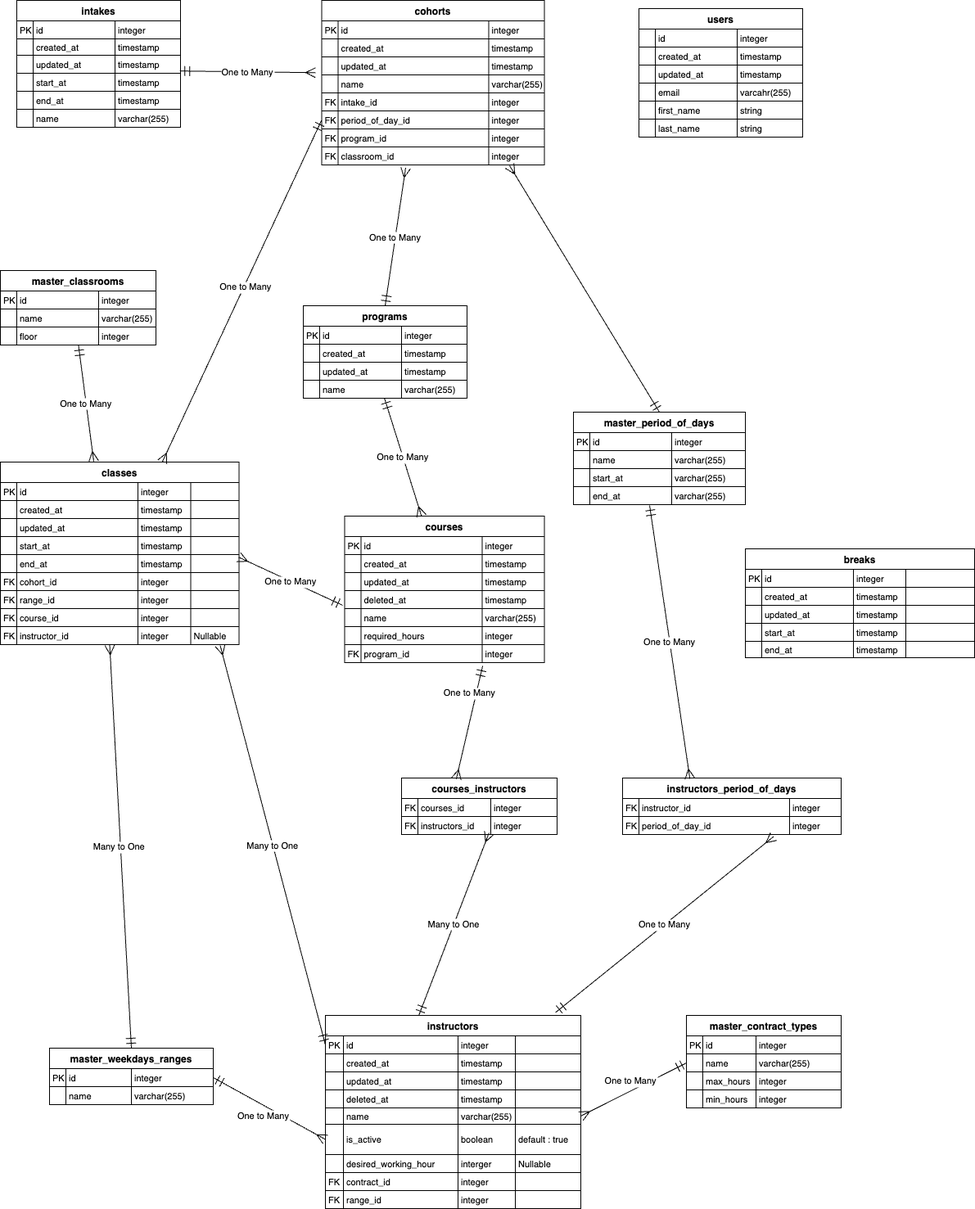
This is docs/backend/database/ERD.png from kanta1207/program-schedular-app, a draw.io export, as it was before one commit. Source tidied: cells renumbered, new cells last; positions are measured from the earlier drawing's top-left corner, leaving out a move shared by most shapes.
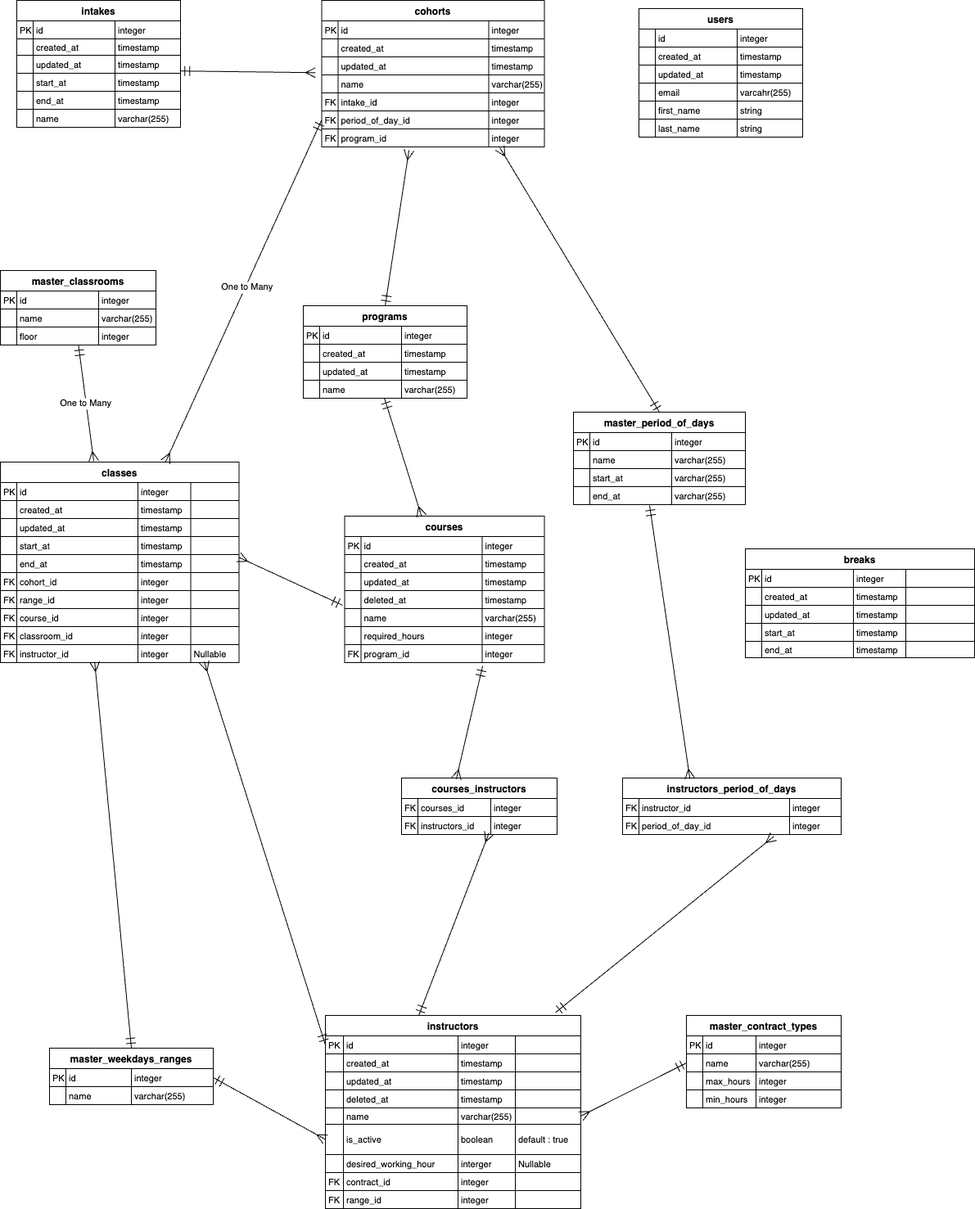
After the commit.

The edit, as a diff of the source:
```diff
@@ -78,7 +78,7 @@
       <mxGeometry x="120" width="80" height="22" as="geometry" />
     </mxCell>
     <mxCell id="27" value="cohorts" style="shape=table;startSize=25;rowLines=1;fontStyle=1;align=center;" parent="1" vertex="1">
-      <mxGeometry x="392.5" width="272" height="201" as="geometry" />
+      <mxGeometry x="392.5" width="272" height="179" as="geometry" />
     </mxCell>
     <mxCell id="28" style="shape=tableRow;horizontal=0;startSize=0;swimlaneHead=0;swimlaneBody=0;fillColor=none;top=0;left=0;right=0;bottom=0;" parent="27" vertex="1">
       <mxGeometry y="25" width="272" height="22" as="geometry" />
@@ -164,18 +164,6 @@
     <mxCell id="55" value="integer" style="shape=partialRectangle;fillColor=none;top=0;left=0;bottom=0;right=0;align=left;spacingLeft=2;overflow=hidden;fontSize=11;" parent="52" vertex="1">
       <mxGeometry x="204" width="68" height="22" as="geometry" />
     </mxCell>
-    <mxCell id="56" style="shape=tableRow;horizontal=0;startSize=0;swimlaneHead=0;swimlaneBody=0;fillColor=none;points=[[0,0.5],[1,0.5]];portConstraint=eastwest;top=0;left=0;right=0;bottom=0;" parent="27" vertex="1">
-      <mxGeometry y="179" width="272" height="22" as="geometry" />
-    </mxCell>
-    <mxCell id="57" value="FK" style="shape=partialRectangle;fillColor=none;top=0;left=0;bottom=0;right=0;align=left;spacingLeft=2;overflow=hidden;fontSize=11;" parent="56" vertex="1">
-      <mxGeometry width="20" height="22" as="geometry" />
-    </mxCell>
-    <mxCell id="58" value="classroom_id" style="shape=partialRectangle;fillColor=none;top=0;left=0;bottom=0;right=0;align=left;spacingLeft=2;overflow=hidden;fontSize=11;" parent="56" vertex="1">
-      <mxGeometry x="20" width="184" height="22" as="geometry" />
-    </mxCell>
-    <mxCell id="59" value="integer" style="shape=partialRectangle;fillColor=none;top=0;left=0;bottom=0;right=0;align=left;spacingLeft=2;overflow=hidden;fontSize=11;" parent="56" vertex="1">
-      <mxGeometry x="204" width="68" height="22" as="geometry" />
-    </mxCell>
     <mxCell id="60" value="programs" style="shape=table;startSize=25;rowLines=1;fontStyle=1;align=center;" parent="1" vertex="1">
       <mxGeometry x="370" y="373" width="200" height="113" as="geometry" />
     </mxCell>
@@ -228,7 +216,7 @@
       <mxGeometry x="120" width="80" height="22" as="geometry" />
     </mxCell>
     <mxCell id="77" value="classes" style="shape=table;startSize=25;rowLines=1;fontStyle=1;align=center;" parent="1" vertex="1">
-      <mxGeometry y="564" width="291.5" height="223" as="geometry" />
+      <mxGeometry y="564" width="291.5" height="245" as="geometry" />
     </mxCell>
     <mxCell id="78" style="shape=tableRow;horizontal=0;startSize=0;swimlaneHead=0;swimlaneBody=0;fillColor=none;top=0;left=0;right=0;bottom=0;" parent="77" vertex="1">
       <mxGeometry y="25" width="291.5" height="22" as="geometry" />
@@ -350,8 +338,23 @@
     <mxCell id="117" style="shape=partialRectangle;fillColor=none;top=0;left=0;bottom=0;right=0;align=left;spacingLeft=2;overflow=hidden;fontSize=11;" parent="113" vertex="1">
       <mxGeometry x="232.5" width="59" height="22" as="geometry" />
     </mxCell>
+    <mxCell id="338" style="shape=tableRow;horizontal=0;startSize=0;swimlaneHead=0;swimlaneBody=0;fillColor=none;top=0;left=0;right=0;bottom=0;" parent="77" vertex="1">
+      <mxGeometry y="201" width="291.5" height="22" as="geometry" />
+    </mxCell>
+    <mxCell id="57" value="FK" style="shape=partialRectangle;fillColor=none;top=0;left=0;bottom=0;right=0;align=left;spacingLeft=2;overflow=hidden;fontSize=11;" parent="338" vertex="1">
+      <mxGeometry width="20" height="22" as="geometry" />
+    </mxCell>
+    <mxCell id="58" value="classroom_id" style="shape=partialRectangle;fillColor=none;top=0;left=0;bottom=0;right=0;align=left;spacingLeft=2;overflow=hidden;fontSize=11;" parent="338" vertex="1">
+      <mxGeometry x="20" width="148" height="22" as="geometry" />
+    </mxCell>
+    <mxCell id="59" value="integer" style="shape=partialRectangle;fillColor=none;top=0;left=0;bottom=0;right=0;align=left;spacingLeft=2;overflow=hidden;fontSize=11;" parent="338" vertex="1">
+      <mxGeometry x="168" width="64.5" height="22" as="geometry" />
+    </mxCell>
+    <mxCell id="339" style="shape=partialRectangle;fillColor=none;top=0;left=0;bottom=0;right=0;align=left;spacingLeft=2;overflow=hidden;fontSize=11;" parent="338" vertex="1">
+      <mxGeometry x="232.5" width="59" height="22" as="geometry" />
+    </mxCell>
     <mxCell id="118" style="shape=tableRow;horizontal=0;startSize=0;swimlaneHead=0;swimlaneBody=0;fillColor=none;points=[[0,0.5],[1,0.5]];portConstraint=eastwest;top=0;left=0;right=0;bottom=0;" parent="77" vertex="1">
-      <mxGeometry y="201" width="291.5" height="22" as="geometry" />
+      <mxGeometry y="223" width="291.5" height="22" as="geometry" />
     </mxCell>
     <mxCell id="119" value="FK" style="shape=partialRectangle;fillColor=none;top=0;left=0;bottom=0;right=0;align=left;spacingLeft=2;overflow=hidden;fontSize=11;" parent="118" vertex="1">
       <mxGeometry width="20" height="22" as="geometry" />
@@ -887,49 +890,49 @@
     <mxCell id="296" value="string" style="shape=partialRectangle;fillColor=none;top=0;left=0;bottom=0;right=0;align=left;spacingLeft=2;overflow=hidden;fontSize=11;" parent="293" vertex="1">
       <mxGeometry x="120" width="80" height="22" as="geometry" />
     </mxCell>
-    <mxCell id="297" value="One to Many" style="startArrow=ERmandOne;startSize=10;endArrow=ERmany;endSize=10;rounded=0;entryX=-0.028;entryY=-0.125;entryDx=0;entryDy=0;exitX=0.996;exitY=-0.125;exitDx=0;exitDy=0;exitPerimeter=0;entryPerimeter=0;" parent="1" edge="1" source="15" target="40">
+    <mxCell id="297" style="startArrow=ERmandOne;startSize=10;endArrow=ERmany;endSize=10;rounded=0;entryX=-0.028;entryY=-0.125;entryDx=0;entryDy=0;exitX=0.996;exitY=-0.125;exitDx=0;exitDy=0;exitPerimeter=0;entryPerimeter=0;" parent="1" edge="1" source="15" target="40">
       <mxGeometry relative="1" as="geometry" />
     </mxCell>
-    <mxCell id="298" value="One to Many" style="startArrow=ERmandOne;startSize=10;endArrow=ERmany;endSize=10;exitX=0.5;exitY=0;rounded=0;exitDx=0;exitDy=0;entryX=0.377;entryY=1.159;entryDx=0;entryDy=0;entryPerimeter=0;" parent="1" edge="1" source="60" target="56">
+    <mxCell id="298" style="startArrow=ERmandOne;startSize=10;endArrow=ERmany;endSize=10;exitX=0.5;exitY=0;rounded=0;exitDx=0;exitDy=0;entryX=0.392;entryY=1.182;entryDx=0;entryDy=0;entryPerimeter=0;" parent="1" edge="1" source="60" target="52">
       <mxGeometry relative="1" as="geometry" />
     </mxCell>
     <mxCell id="299" value="One to Many" style="startArrow=ERmandOne;startSize=10;endArrow=ERmany;endSize=10;rounded=0;exitX=0;exitY=0.5;exitDx=0;exitDy=0;" parent="1" edge="1" source="48" target="77">
       <mxGeometry x="-0.03" y="2" relative="1" as="geometry" />
     </mxCell>
-    <mxCell id="300" value="One to Many" style="curved=1;startArrow=ERmandOne;startSize=10;endArrow=ERmany;endSize=10;exitX=0.49578450520833334;exitY=1;rounded=0;" parent="1" edge="1" source="60" target="123">
-      <mxGeometry relative="1" as="geometry" />
+    <mxCell id="300" style="curved=1;startArrow=ERmandOne;startSize=10;endArrow=ERmany;endSize=10;exitX=0.49578450520833334;exitY=1;rounded=0;" parent="1" edge="1" source="60" target="123">
+      <mxGeometry x="-0.06" y="-22" relative="1" as="geometry" />
     </mxCell>
-    <mxCell id="301" value="Many to One" style="startArrow=ERmany;startSize=10;endArrow=ERmandOne;endSize=10;exitX=0.921;exitY=1.045;entryX=0;entryY=0.5;rounded=0;entryDx=0;entryDy=0;exitDx=0;exitDy=0;exitPerimeter=0;" parent="1" edge="1" source="118" target="166">
+    <mxCell id="301" style="startArrow=ERmany;startSize=10;endArrow=ERmandOne;endSize=10;entryX=0;entryY=0.5;rounded=0;entryDx=0;entryDy=0;exitX=0.854;exitY=0.955;exitDx=0;exitDy=0;exitPerimeter=0;" parent="1" edge="1" source="118" target="166">
       <mxGeometry relative="1" as="geometry" />
     </mxCell>
-    <mxCell id="302" value="One to Many" style="startArrow=ERmandOne;startSize=10;endArrow=ERmany;endSize=10;exitX=-0.011;exitY=-0.189;entryX=0.998;entryY=0.146;rounded=0;exitDx=0;exitDy=0;exitPerimeter=0;entryDx=0;entryDy=0;entryPerimeter=0;" parent="1" edge="1" source="140" target="98">
+    <mxCell id="302" style="startArrow=ERmandOne;startSize=10;endArrow=ERmany;endSize=10;exitX=-0.011;exitY=-0.189;entryX=0.998;entryY=0.146;rounded=0;exitDx=0;exitDy=0;exitPerimeter=0;entryDx=0;entryDy=0;entryPerimeter=0;" parent="1" edge="1" source="140" target="98">
       <mxGeometry relative="1" as="geometry" />
     </mxCell>
-    <mxCell id="303" value="One to Many" style="startArrow=ERmandOne;startSize=10;endArrow=ERmany;endSize=10;entryX=0.352;entryY=0.018;rounded=0;entryDx=0;entryDy=0;entryPerimeter=0;exitX=0.691;exitY=1.182;exitDx=0;exitDy=0;exitPerimeter=0;" parent="1" edge="1" source="148" target="211">
+    <mxCell id="303" style="startArrow=ERmandOne;startSize=10;endArrow=ERmany;endSize=10;entryX=0.352;entryY=0.018;rounded=0;entryDx=0;entryDy=0;entryPerimeter=0;exitX=0.691;exitY=1.182;exitDx=0;exitDy=0;exitPerimeter=0;" parent="1" edge="1" source="148" target="211">
       <mxGeometry x="-0.51" y="-8" relative="1" as="geometry" />
     </mxCell>
-    <mxCell id="304" style="startArrow=ERmandOne;startSize=10;endArrow=ERmany;endSize=10;exitX=0.5;exitY=0;entryX=0.844;entryY=1.045;rounded=0;entryDx=0;entryDy=0;entryPerimeter=0;exitDx=0;exitDy=0;" parent="1" edge="1" source="220" target="56">
+    <mxCell id="304" style="startArrow=ERmandOne;startSize=10;endArrow=ERmany;endSize=10;exitX=0.5;exitY=0;rounded=0;exitDx=0;exitDy=0;entryX=0.8;entryY=1.045;entryDx=0;entryDy=0;entryPerimeter=0;" parent="1" edge="1" source="220" target="52">
       <mxGeometry x="0.43" y="-6" relative="1" as="geometry" />
     </mxCell>
-    <mxCell id="305" value="One to Many" style="startArrow=ERmandOne;startSize=10;endArrow=ERmany;endSize=10;entryX=0.308;entryY=0.013;rounded=0;entryDx=0;entryDy=0;entryPerimeter=0;exitX=0.443;exitY=1.045;exitDx=0;exitDy=0;exitPerimeter=0;" parent="1" edge="1" source="233" target="237">
+    <mxCell id="305" style="startArrow=ERmandOne;startSize=10;endArrow=ERmany;endSize=10;entryX=0.308;entryY=0.013;rounded=0;entryDx=0;entryDy=0;entryPerimeter=0;exitX=0.443;exitY=1.045;exitDx=0;exitDy=0;exitPerimeter=0;" parent="1" edge="1" source="233" target="237">
       <mxGeometry relative="1" as="geometry" />
     </mxCell>
-    <mxCell id="306" value="One to Many" style="startArrow=ERmandOne;startSize=10;endArrow=ERmany;endSize=10;exitX=0.901;exitY=-0.015;rounded=0;exitDx=0;exitDy=0;entryX=0.691;entryY=1.114;entryDx=0;entryDy=0;entryPerimeter=0;exitPerimeter=0;" parent="1" edge="1" source="165" target="242">
+    <mxCell id="306" style="startArrow=ERmandOne;startSize=10;endArrow=ERmany;endSize=10;exitX=0.901;exitY=-0.015;rounded=0;exitDx=0;exitDy=0;entryX=0.691;entryY=1.114;entryDx=0;entryDy=0;entryPerimeter=0;exitPerimeter=0;" parent="1" edge="1" source="165" target="242">
       <mxGeometry relative="1" as="geometry" />
     </mxCell>
-    <mxCell id="307" value="Many to One" style="startArrow=ERmandOne;startSize=10;endArrow=ERmany;endSize=10;entryX=0.563;entryY=0.898;rounded=0;entryDx=0;entryDy=0;entryPerimeter=0;exitX=0.365;exitY=0.002;exitDx=0;exitDy=0;exitPerimeter=0;" parent="1" edge="1" source="165" target="216">
+    <mxCell id="307" style="startArrow=ERmandOne;startSize=10;endArrow=ERmany;endSize=10;entryX=0.563;entryY=0.898;rounded=0;entryDx=0;entryDy=0;entryPerimeter=0;exitX=0.365;exitY=0.002;exitDx=0;exitDy=0;exitPerimeter=0;" parent="1" edge="1" source="165" target="216">
       <mxGeometry relative="1" as="geometry" />
     </mxCell>
-    <mxCell id="308" value="One to Many" style="startArrow=ERmandOne;startSize=10;endArrow=ERmany;endSize=10;exitX=0;exitY=0.5;entryX=1;entryY=0.5;rounded=0;exitDx=0;exitDy=0;entryDx=0;entryDy=0;" parent="1" edge="1" source="251" target="186">
+    <mxCell id="308" style="startArrow=ERmandOne;startSize=10;endArrow=ERmany;endSize=10;exitX=0;exitY=0.5;entryX=1;entryY=0.5;rounded=0;exitDx=0;exitDy=0;entryDx=0;entryDy=0;" parent="1" edge="1" source="251" target="186">
       <mxGeometry x="-0.03" y="-11" relative="1" as="geometry" />
     </mxCell>
-    <mxCell id="309" value="Many to One " style="curved=1;startArrow=ERmandOne;startSize=10;endArrow=ERmany;endSize=10;entryX=0.458;entryY=1.023;rounded=0;entryDx=0;entryDy=0;exitX=0.5;exitY=0;exitDx=0;exitDy=0;entryPerimeter=0;" parent="1" edge="1" source="263" target="118">
+    <mxCell id="309" style="curved=1;startArrow=ERmandOne;startSize=10;endArrow=ERmany;endSize=10;entryX=0.395;entryY=0.955;rounded=0;entryDx=0;entryDy=0;exitX=0.5;exitY=0;exitDx=0;exitDy=0;entryPerimeter=0;" parent="1" edge="1" source="263" target="118">
       <mxGeometry relative="1" as="geometry" />
     </mxCell>
     <mxCell id="310" value="One to Many" style="startArrow=ERmandOne;startSize=10;endArrow=ERmany;endSize=10;exitX=0.502;exitY=1.02;rounded=0;exitDx=0;exitDy=0;entryX=0.391;entryY=-0.004;entryDx=0;entryDy=0;exitPerimeter=0;entryPerimeter=0;" parent="1" edge="1" source="161" target="77">
       <mxGeometry relative="1" as="geometry" />
     </mxCell>
-    <mxCell id="311" value="One to Many" style="startArrow=ERmandOne;startSize=10;endArrow=ERmany;endSize=10;exitX=1;exitY=0.5;rounded=0;exitDx=0;exitDy=0;entryX=0;entryY=0.5;entryDx=0;entryDy=0;" parent="1" edge="1" source="264" target="191">
+    <mxCell id="311" style="startArrow=ERmandOne;startSize=10;endArrow=ERmany;endSize=10;exitX=1;exitY=0.5;rounded=0;exitDx=0;exitDy=0;entryX=0;entryY=0.5;entryDx=0;entryDy=0;" parent="1" edge="1" source="264" target="191">
       <mxGeometry x="-0.03" y="-11" relative="1" as="geometry" />
     </mxCell>
     <mxCell id="312" value="breaks" style="shape=table;startSize=25;rowLines=1;fontStyle=1;align=center;" parent="1" vertex="1">
```
